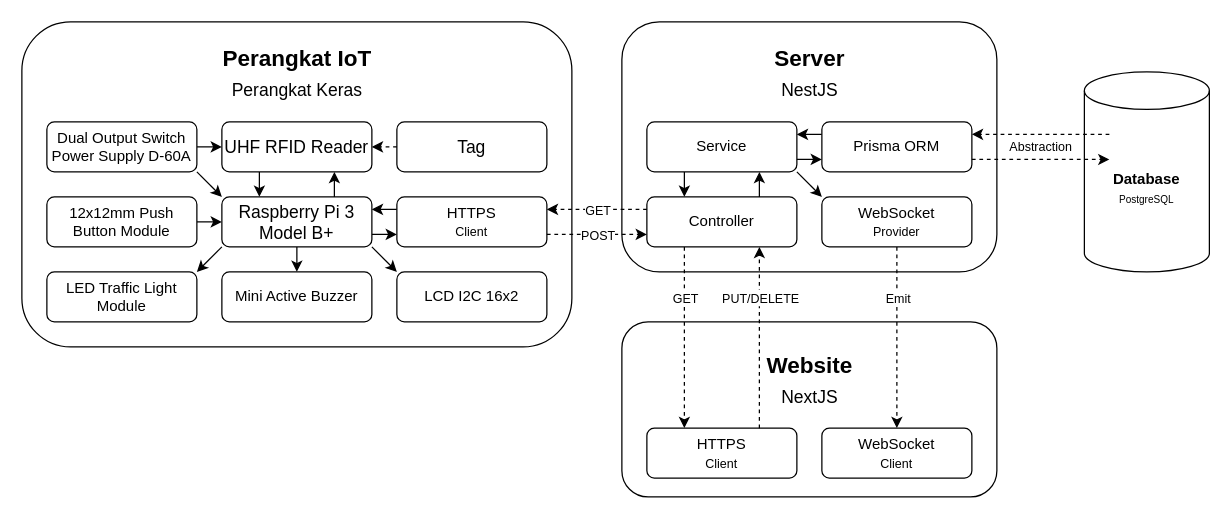
The draw.io diagram diagram/system-architecture-diagram/system-architecture-diagram.drawio in NotHydra/pari, before the edit. Source tidied: cells renumbered, new cells numbered last; positions are measured from the earlier drawing's top-left corner, leaving out a move shared by most shapes. Both pictures are drawn from the tidied source at 125%, with x=0, y=0 at pixel (21, 21).
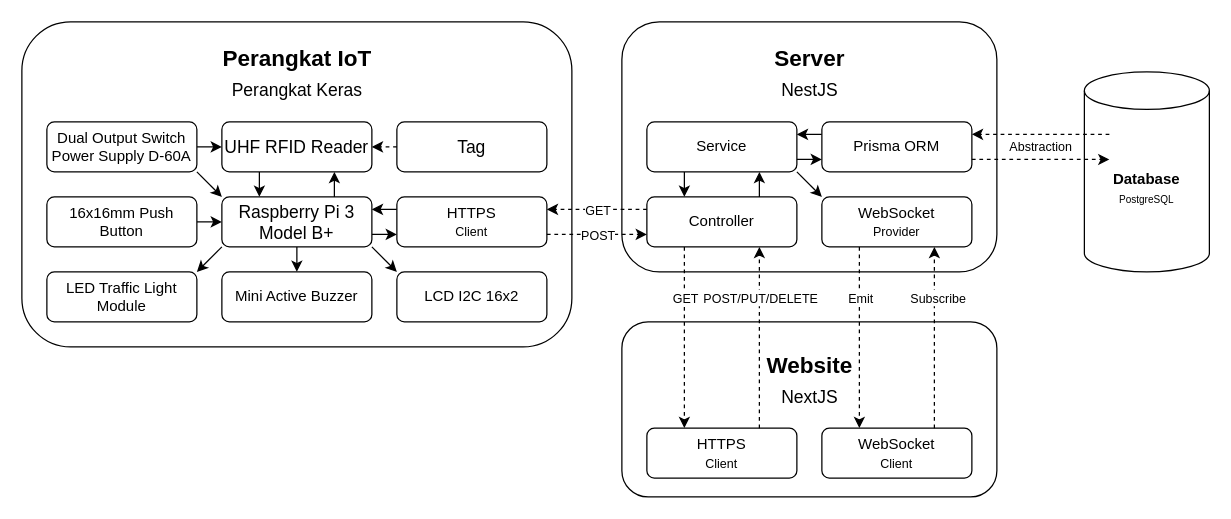
The same diagram, later.

Commit message (it also covers changes not shown here):
feat(website): adjust system architecture

The change refers to these unchanged cells:
```xml
<mxCell id="26" value="Web&lt;span style=&quot;background-color: initial;&quot;&gt;Socket&lt;/span&gt;&lt;div&gt;&lt;div&gt;&lt;font style=&quot;font-size: 10px;&quot;&gt;Provider&lt;/font&gt;&lt;/div&gt;&lt;/div&gt;" style="rounded=1;whiteSpace=wrap;html=1;" parent="1" vertex="1">
  <mxGeometry x="640" y="140" width="120" height="40" as="geometry" />
</mxCell>
<mxCell id="31" value="WebSocket&lt;div&gt;&lt;font style=&quot;font-size: 10px;&quot;&gt;Client&lt;/font&gt;&lt;/div&gt;" style="rounded=1;whiteSpace=wrap;html=1;" parent="1" vertex="1">
  <mxGeometry x="640" y="325" width="120" height="40" as="geometry" />
</mxCell>
<mxCell id="40" style="html=1;labelBackgroundColor=#ffffff;startArrow=none;startFill=0;startSize=6;endArrow=classic;endFill=1;endSize=6;jettySize=auto;strokeWidth=1;dashed=1;fontSize=14;rounded=0;exitX=0.75;exitY=0;exitDx=0;exitDy=0;entryX=0.75;entryY=1;entryDx=0;entryDy=0;" parent="1" edge="1" source="37" target="4">
  <mxGeometry relative="1" as="geometry" />
</mxCell>
```

The edit, as a diff of the source:
```diff
@@
-    <mxCell id="32" style="html=1;labelBackgroundColor=#ffffff;startArrow=none;startFill=0;startSize=6;endArrow=classic;endFill=1;endSize=6;jettySize=auto;strokeWidth=1;dashed=1;fontSize=14;rounded=0;entryX=0.5;entryY=0;entryDx=0;entryDy=0;exitX=0.5;exitY=1;exitDx=0;exitDy=0;" parent="1" edge="1" source="26" target="31">
+    <mxCell id="32" style="html=1;labelBackgroundColor=#ffffff;startArrow=none;startFill=0;startSize=6;endArrow=classic;endFill=1;endSize=6;jettySize=auto;strokeWidth=1;dashed=1;fontSize=14;rounded=0;entryX=0.25;entryY=0;entryDx=0;entryDy=0;exitX=0.25;exitY=1;exitDx=0;exitDy=0;" parent="1" edge="1" source="26" target="31">
       <mxGeometry relative="1" as="geometry" />
     </mxCell>
@@
-    <mxCell id="41" value="&lt;font style=&quot;font-size: 10px;&quot;&gt;PUT/DELETE&lt;/font&gt;" style="edgeLabel;html=1;align=center;verticalAlign=middle;" parent="40" vertex="1">
+    <mxCell id="41" value="&lt;font style=&quot;font-size: 10px;&quot;&gt;POST/PUT/DELETE&lt;/font&gt;" style="edgeLabel;html=1;align=center;verticalAlign=middle;" parent="40" vertex="1">
       <mxGeometry x="-0.14" y="-1" relative="1" as="geometry">
         <mxPoint x="-1" y="-43" as="offset" />
       </mxGeometry>
     </mxCell>
@@
-    <mxCell id="46" value="12x12mm Push Button Module" style="rounded=1;whiteSpace=wrap;html=1;" parent="1" vertex="1">
+    <mxCell id="46" value="16x16mm Push Button" style="rounded=1;whiteSpace=wrap;html=1;" parent="1" vertex="1">
       <mxGeometry x="20" y="140" width="120" height="40" as="geometry" />
     </mxCell>
@@
+    <mxCell id="56" style="html=1;labelBackgroundColor=#ffffff;startArrow=none;startFill=0;startSize=6;endArrow=classic;endFill=1;endSize=6;jettySize=auto;strokeWidth=1;dashed=1;fontSize=14;rounded=0;exitX=0.75;exitY=0;exitDx=0;exitDy=0;entryX=0.75;entryY=1;entryDx=0;entryDy=0;" parent="1" edge="1" source="31" target="26">
+      <mxGeometry relative="1" as="geometry" />
+    </mxCell>
+    <mxCell id="57" value="&lt;span style=&quot;font-size: 10px;&quot;&gt;Subscribe&lt;/span&gt;" style="edgeLabel;html=1;align=center;verticalAlign=middle;" parent="56" vertex="1">
+      <mxGeometry x="-0.14" y="-1" relative="1" as="geometry">
+        <mxPoint x="1" y="-43" as="offset" />
+      </mxGeometry>
+    </mxCell>
```
